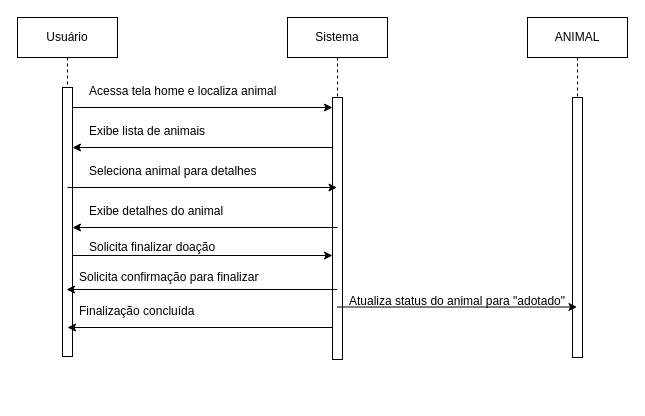
This is Diagrama de Sequência(RF004).drawio from JoaoGans/DRAW.tcc, a draw.io file, before an edit. Source tidied: cells renumbered, new cells numbered last; positions are measured from the earlier drawing's top-left corner, leaving out a move shared by most shapes. Both pictures are drawn from the tidied source at 100%, with x=0, y=0 at pixel (17, 17).
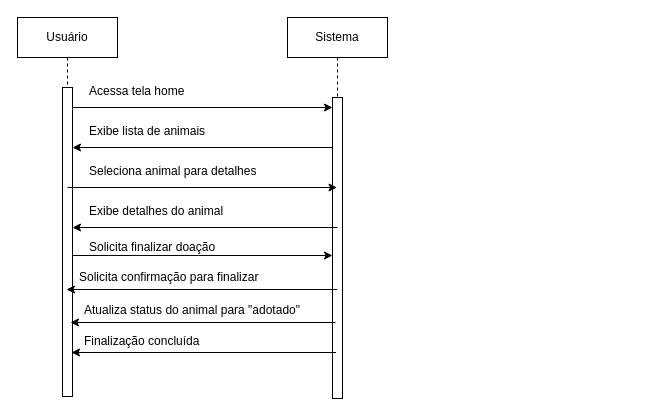
After the change.

What changed in the source:
```diff
@@
     <mxCell id="2" value="Usuário" style="shape=umlLifeline;perimeter=lifelinePerimeter;whiteSpace=wrap;html=1;newEdgeStyle={&quot;edgeStyle&quot;:&quot;elbowEdgeStyle&quot;,&quot;elbow&quot;:&quot;vertical&quot;,&quot;curved&quot;:0,&quot;rounded&quot;:0};" parent="1" vertex="1">
-      <mxGeometry width="100" height="339" as="geometry" />
+      <mxGeometry width="100" height="379" as="geometry" />
     </mxCell>
     <mxCell id="3" style="html=1;perimeter=orthogonalPerimeter;targetShapes=umlLifeline;newEdgeStyle={&quot;edgeStyle&quot;:&quot;elbowEdgeStyle&quot;,&quot;elbow&quot;:&quot;vertical&quot;,&quot;curved&quot;:0,&quot;rounded&quot;:0};" parent="2" vertex="1">
-      <mxGeometry x="45" y="70" width="10" height="269" as="geometry" />
+      <mxGeometry x="45" y="70" width="10" height="309" as="geometry" />
     </mxCell>
     <mxCell id="4" value="Sistema" style="shape=umlLifeline;perimeter=lifelinePerimeter;whiteSpace=wrap;html=1;newEdgeStyle={&quot;edgeStyle&quot;:&quot;elbowEdgeStyle&quot;,&quot;elbow&quot;:&quot;vertical&quot;,&quot;curved&quot;:0,&quot;rounded&quot;:0};" parent="1" vertex="1">
-      <mxGeometry x="270" width="100" height="342" as="geometry" />
+      <mxGeometry x="270" width="100" height="381" as="geometry" />
     </mxCell>
     <mxCell id="5" style="html=1;points=[];perimeter=orthogonalPerimeter;outlineConnect=0;targetShapes=umlLifeline;portConstraint=eastwest;newEdgeStyle={&quot;edgeStyle&quot;:&quot;elbowEdgeStyle&quot;,&quot;elbow&quot;:&quot;vertical&quot;,&quot;curved&quot;:0,&quot;rounded&quot;:0};" parent="4" vertex="1">
-      <mxGeometry x="45" y="80" width="10" height="262" as="geometry" />
+      <mxGeometry x="45" y="80" width="10" height="301" as="geometry" />
     </mxCell>
@@
-    <mxCell id="7" value="Acessa tela home e localiza animal" style="text;whiteSpace=wrap;html=1;" parent="1" vertex="1">
+    <mxCell id="7" value="Acessa tela home&amp;nbsp;" style="text;whiteSpace=wrap;html=1;" parent="1" vertex="1">
       <mxGeometry x="70" y="60" width="203" height="40" as="geometry" />
     </mxCell>
@@
-    <mxCell id="17" value="ANIMAL" style="shape=umlLifeline;perimeter=lifelinePerimeter;whiteSpace=wrap;html=1;newEdgeStyle={&quot;edgeStyle&quot;:&quot;elbowEdgeStyle&quot;,&quot;elbow&quot;:&quot;vertical&quot;,&quot;curved&quot;:0,&quot;rounded&quot;:0};" parent="1" vertex="1">
-      <mxGeometry x="510" width="100" height="340" as="geometry" />
-    </mxCell>
-    <mxCell id="18" style="html=1;perimeter=orthogonalPerimeter;targetShapes=umlLifeline;newEdgeStyle={&quot;edgeStyle&quot;:&quot;elbowEdgeStyle&quot;,&quot;elbow&quot;:&quot;vertical&quot;,&quot;curved&quot;:0,&quot;rounded&quot;:0};" parent="17" vertex="1">
-      <mxGeometry x="45" y="80" width="10" height="260" as="geometry" />
-    </mxCell>
@@
     <mxCell id="20" value="Atualiza status do animal para &quot;adotado&quot;" style="text;whiteSpace=wrap;" parent="1" vertex="1">
-      <mxGeometry x="330" y="270" width="250" height="40" as="geometry" />
+      <mxGeometry x="65" y="279" width="250" height="40" as="geometry" />
     </mxCell>
     <mxCell id="21" style="endArrow=classic;html=1;rounded=0;" parent="1" edge="1">
       <mxGeometry relative="1" as="geometry">
-        <mxPoint x="319.5" y="289.5" as="sourcePoint" />
-        <mxPoint x="559.5" y="289.5" as="targetPoint" />
+        <mxPoint x="318.5" y="335" as="sourcePoint" />
+        <mxPoint x="54" y="335" as="targetPoint" />
       </mxGeometry>
     </mxCell>
     <mxCell id="22" value="Finalização concluída" style="text;whiteSpace=wrap;" parent="1" vertex="1">
-      <mxGeometry x="60" y="280" width="150" height="40" as="geometry" />
+      <mxGeometry x="65" y="310" width="150" height="40" as="geometry" />
     </mxCell>
-    <mxCell id="23" style="endArrow=classic;html=1;rounded=0;" parent="1" edge="1" source="5">
+    <mxCell id="23" style="endArrow=classic;html=1;rounded=0;" parent="1" edge="1">
       <mxGeometry relative="1" as="geometry">
-        <mxPoint x="50" y="310" as="targetPoint" />
+        <mxPoint x="318" y="305" as="sourcePoint" />
+        <mxPoint x="53" y="305" as="targetPoint" />
       </mxGeometry>
     </mxCell>
```
